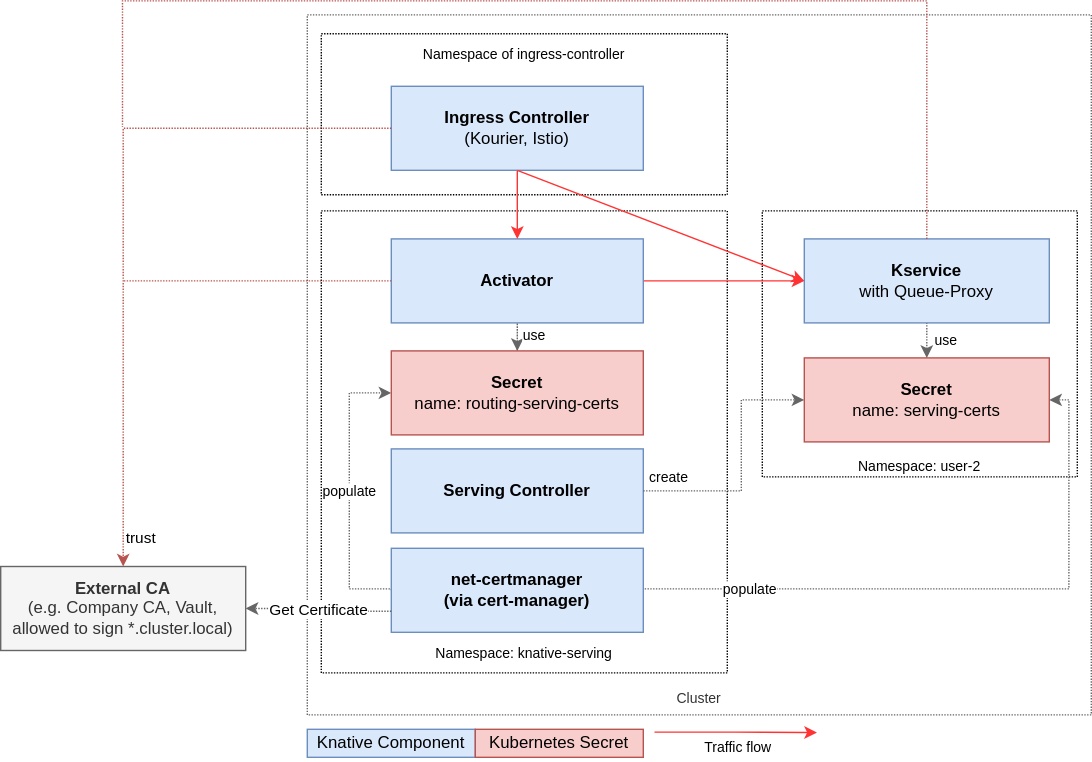
Above: modules/serverless/assets/images/serving-encryption/encryption-system-internal.drawio.svg in openshift-knative/docs (draw.io), before the change. Source tidied: cells renumbered, new cells last; positions are measured from the earlier drawing's top-left corner, leaving out a move shared by most shapes.
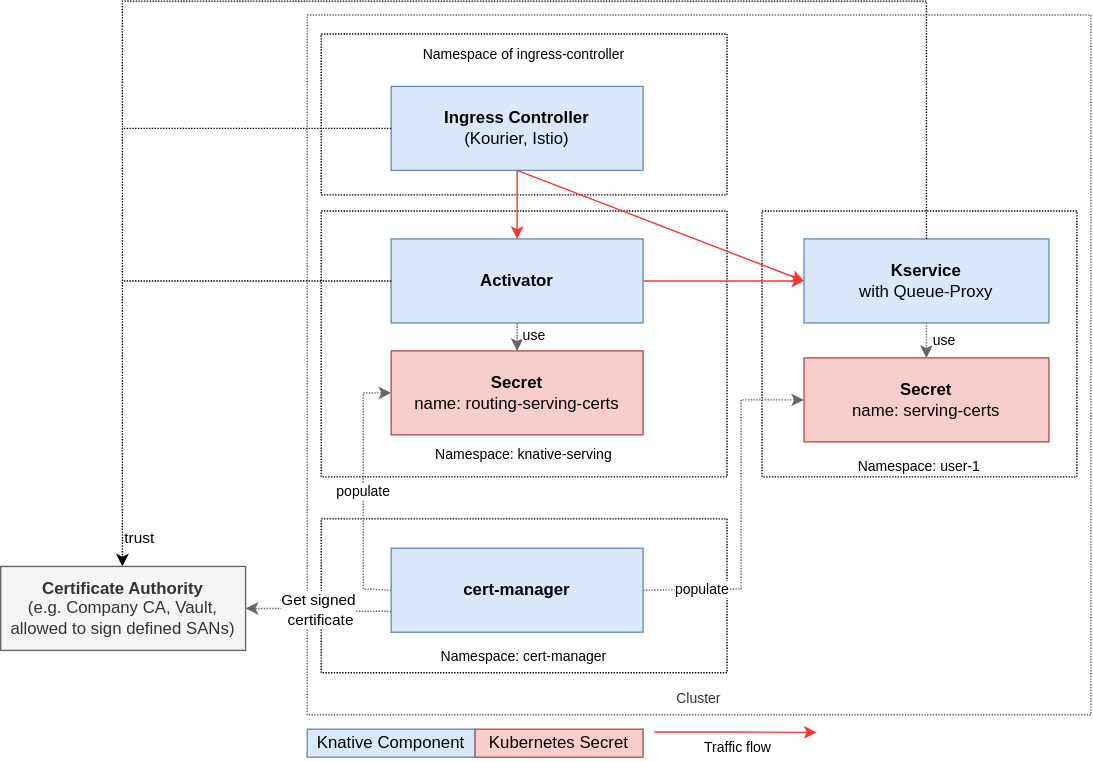
After the commit.

Commit message:
Refine serving tls docs

What changed in the source:
```diff
@@ -5,14 +5,17 @@
     <mxCell id="2" value="&lt;br&gt;&lt;br&gt;&lt;br&gt;&lt;br&gt;&lt;br&gt;&lt;br&gt;&lt;br&gt;&lt;br&gt;&lt;br&gt;&lt;br&gt;&lt;br&gt;&lt;br&gt;&lt;br&gt;&lt;br&gt;&lt;br&gt;&lt;br&gt;&lt;br&gt;&lt;br&gt;&lt;br&gt;&lt;br&gt;&lt;br&gt;&lt;br&gt;&lt;br&gt;&lt;br&gt;&lt;br&gt;&lt;br&gt;&lt;br&gt;&lt;br&gt;&lt;br&gt;&lt;br&gt;&lt;br&gt;&lt;br&gt;&lt;br&gt;&lt;font style=&quot;font-size: 10px;&quot;&gt;Cluster&lt;/font&gt;" style="rounded=0;whiteSpace=wrap;html=1;fillColor=none;fontColor=#333333;strokeColor=#666666;dashed=1;dashPattern=1 1;" parent="1" vertex="1">
       <mxGeometry x="219" y="10" width="560" height="500" as="geometry" />
     </mxCell>
+    <mxCell id="30" value="&lt;br&gt;&lt;br&gt;&lt;br&gt;&lt;br&gt;&lt;br&gt;&lt;br&gt;&lt;font style=&quot;font-size: 10px;&quot;&gt;Namespace: cert-manager&lt;/font&gt;" style="rounded=0;whiteSpace=wrap;html=1;fillColor=none;dashed=1;dashPattern=1 1;" parent="1" vertex="1">
+      <mxGeometry x="229" y="370" width="290" height="110" as="geometry" />
+    </mxCell>
     <mxCell id="3" value="&lt;font style=&quot;font-size: 10px;&quot;&gt;Namespace of ingress-controller&lt;br&gt;&lt;br&gt;&lt;br&gt;&lt;br&gt;&lt;br&gt;&lt;br&gt;&lt;br&gt;&lt;/font&gt;" style="rounded=0;whiteSpace=wrap;html=1;fillColor=none;dashed=1;dashPattern=1 1;" parent="1" vertex="1">
       <mxGeometry x="229" y="23.5" width="290" height="115" as="geometry" />
     </mxCell>
-    <mxCell id="4" value="&lt;br&gt;&lt;br&gt;&lt;br&gt;&lt;br&gt;&lt;br&gt;&lt;br&gt;&lt;br&gt;&lt;br&gt;&lt;br&gt;&lt;br&gt;&lt;br&gt;&lt;br&gt;&lt;font style=&quot;font-size: 10px;&quot;&gt;Namespace: user-2&lt;/font&gt;" style="rounded=0;whiteSpace=wrap;html=1;fillColor=none;dashed=1;dashPattern=1 1;" parent="1" vertex="1">
+    <mxCell id="4" value="&lt;br&gt;&lt;br&gt;&lt;br&gt;&lt;br&gt;&lt;br&gt;&lt;br&gt;&lt;br&gt;&lt;br&gt;&lt;br&gt;&lt;br&gt;&lt;br&gt;&lt;br&gt;&lt;font style=&quot;font-size: 10px;&quot;&gt;Namespace: user-1&lt;/font&gt;" style="rounded=0;whiteSpace=wrap;html=1;fillColor=none;dashed=1;dashPattern=1 1;" parent="1" vertex="1">
       <mxGeometry x="544" y="150" width="225" height="190" as="geometry" />
     </mxCell>
-    <mxCell id="5" value="&lt;br&gt;&lt;br&gt;&lt;br&gt;&lt;br&gt;&lt;br&gt;&lt;br&gt;&lt;br&gt;&lt;br&gt;&lt;br&gt;&lt;br&gt;&lt;br&gt;&lt;br&gt;&lt;br&gt;&lt;br&gt;&lt;br&gt;&lt;br&gt;&lt;br&gt;&lt;br&gt;&lt;br&gt;&lt;br&gt;&lt;br&gt;&lt;font style=&quot;font-size: 10px;&quot;&gt;Namespace: knative-serving&lt;/font&gt;" style="rounded=0;whiteSpace=wrap;html=1;fillColor=none;dashed=1;dashPattern=1 1;" parent="1" vertex="1">
-      <mxGeometry x="229" y="150" width="290" height="330" as="geometry" />
+    <mxCell id="5" value="&lt;br&gt;&lt;br&gt;&lt;br&gt;&lt;br&gt;&lt;br&gt;&lt;br&gt;&lt;br&gt;&lt;br&gt;&lt;br&gt;&lt;br&gt;&lt;br&gt;&lt;font style=&quot;font-size: 10px;&quot;&gt;Namespace: knative-serving&lt;/font&gt;" style="rounded=0;whiteSpace=wrap;html=1;fillColor=none;dashed=1;dashPattern=1 1;" parent="1" vertex="1">
+      <mxGeometry x="229" y="150" width="290" height="190" as="geometry" />
     </mxCell>
     <mxCell id="6" style="edgeStyle=orthogonalEdgeStyle;rounded=0;jettySize=auto;html=1;entryX=0;entryY=0.5;entryDx=0;entryDy=0;strokeColor=#FF3333;" parent="1" edge="1" source="7" target="8">
       <mxGeometry relative="1" as="geometry" />
@@ -35,14 +38,12 @@
     <mxCell id="12" value="populate" style="edgeStyle=orthogonalEdgeStyle;rounded=0;jettySize=auto;html=1;entryX=0;entryY=0.5;entryDx=0;entryDy=0;fontSize=10;fillColor=#f5f5f5;strokeColor=#666666;dashed=1;dashPattern=1 1;exitX=0;exitY=0.5;exitDx=0;exitDy=0;" parent="1" edge="1" source="27" target="16">
       <mxGeometry relative="1" as="geometry">
         <Array as="points">
-          <mxPoint x="249" y="420" />
-          <mxPoint x="249" y="280" />
+          <mxPoint x="279" y="420" />
+          <mxPoint x="259" y="420" />
+          <mxPoint x="259" y="280" />
         </Array>
       </mxGeometry>
     </mxCell>
-    <mxCell id="13" value="Serving Controller" style="rounded=0;whiteSpace=wrap;html=1;fillColor=#dae8fc;strokeColor=#6c8ebf;fontStyle=1;" parent="1" vertex="1">
-      <mxGeometry x="279" y="320" width="180" height="60" as="geometry" />
-    </mxCell>
     <mxCell id="14" value="&lt;b&gt;Secret&lt;/b&gt;&lt;br&gt;name: serving-certs" style="rounded=0;whiteSpace=wrap;html=1;fillColor=#f8cecc;strokeColor=#b85450;" parent="1" vertex="1">
       <mxGeometry x="574" y="255" width="175" height="60" as="geometry" />
     </mxCell>
@@ -52,22 +53,14 @@
     <mxCell id="16" value="&lt;b&gt;Secret&lt;/b&gt;&lt;br&gt;name: routing-serving-certs" style="rounded=0;whiteSpace=wrap;html=1;fillColor=#f8cecc;strokeColor=#b85450;" parent="1" vertex="1">
       <mxGeometry x="279" y="250" width="180" height="60" as="geometry" />
     </mxCell>
-    <mxCell id="17" value="populate" style="edgeStyle=orthogonalEdgeStyle;rounded=0;jettySize=auto;html=1;entryX=1;entryY=0.5;entryDx=0;entryDy=0;dashed=1;dashPattern=1 1;fontSize=10;startArrow=none;startFill=0;fillColor=#f5f5f5;strokeColor=#666666;exitX=1;exitY=0.5;exitDx=0;exitDy=0;" parent="1" edge="1" source="27" target="14">
+    <mxCell id="17" value="populate" style="edgeStyle=orthogonalEdgeStyle;rounded=0;jettySize=auto;html=1;entryX=0;entryY=0.5;entryDx=0;entryDy=0;dashed=1;dashPattern=1 1;fontSize=10;startArrow=none;startFill=0;fillColor=#f5f5f5;strokeColor=#666666;exitX=1;exitY=0.5;exitDx=0;exitDy=0;" parent="1" edge="1" source="27" target="14">
       <mxGeometry x="-0.66" relative="1" as="geometry">
         <Array as="points">
-          <mxPoint x="763" y="420" />
-          <mxPoint x="763" y="285" />
+          <mxPoint x="529" y="420" />
+          <mxPoint x="529" y="285" />
         </Array>
       </mxGeometry>
     </mxCell>
-    <mxCell id="18" value="create" style="edgeStyle=orthogonalEdgeStyle;rounded=0;jettySize=auto;html=1;entryX=0;entryY=0.5;entryDx=0;entryDy=0;dashed=1;dashPattern=1 1;fontSize=10;startArrow=none;startFill=0;fillColor=#f5f5f5;strokeColor=#666666;exitX=1;exitY=0.5;exitDx=0;exitDy=0;" parent="1" edge="1" source="13" target="14">
-      <mxGeometry x="-0.79" y="10" relative="1" as="geometry">
-        <Array as="points">
-          <mxPoint x="529" y="350" />
-          <mxPoint x="529" y="285" />
-        </Array>
-      </mxGeometry>
-    </mxCell>
     <mxCell id="19" value="use" style="edgeStyle=orthogonalEdgeStyle;rounded=0;jettySize=auto;html=1;entryX=0.5;entryY=1;entryDx=0;entryDy=0;dashed=1;dashPattern=1 1;fontSize=10;startArrow=classic;startFill=1;fillColor=#f5f5f5;strokeColor=#666666;exitX=0.5;exitY=0;exitDx=0;exitDy=0;endArrow=none;endFill=0;" parent="1" edge="1" source="14" target="8">
       <mxGeometry x="0.04" y="-13" relative="1" as="geometry">
         <Array as="points">
@@ -76,7 +69,7 @@
         </Array>
       </mxGeometry>
     </mxCell>
-    <mxCell id="20" value="trust" style="edgeStyle=orthogonalEdgeStyle;rounded=0;jettySize=auto;html=1;startArrow=none;startFill=0;dashed=1;dashPattern=1 1;fillColor=#f8cecc;strokeColor=#b85450;exitX=0;exitY=0.5;exitDx=0;exitDy=0;entryX=0.5;entryY=0;entryDx=0;entryDy=0;" parent="1" edge="1" source="10" target="28">
+    <mxCell id="20" value="trust" style="edgeStyle=orthogonalEdgeStyle;rounded=0;jettySize=auto;html=1;startArrow=none;startFill=0;dashed=1;dashPattern=1 1;fillColor=#f8cecc;strokeColor=#000000;exitX=0;exitY=0.5;exitDx=0;exitDy=0;entryX=0.5;entryY=0;entryDx=0;entryDy=0;" parent="1" edge="1" source="10" target="28">
       <mxGeometry x="0.92" y="12" relative="1" as="geometry">
         <Array as="points">
           <mxPoint x="87" y="91" />
@@ -84,7 +77,7 @@
         </Array>
       </mxGeometry>
     </mxCell>
-    <mxCell id="21" style="edgeStyle=orthogonalEdgeStyle;rounded=0;jettySize=auto;html=1;startArrow=none;startFill=0;dashed=1;dashPattern=1 1;fillColor=#f8cecc;strokeColor=#b85450;exitX=0;exitY=0.5;exitDx=0;exitDy=0;endArrow=none;endFill=0;" parent="1" edge="1" source="7">
+    <mxCell id="21" style="edgeStyle=orthogonalEdgeStyle;rounded=0;jettySize=auto;html=1;startArrow=none;startFill=0;dashed=1;dashPattern=1 1;fillColor=#f8cecc;strokeColor=#000000;exitX=0;exitY=0.5;exitDx=0;exitDy=0;endArrow=none;endFill=0;" parent="1" edge="1" source="7">
       <mxGeometry relative="1" as="geometry">
         <mxPoint x="87" y="200" as="targetPoint" />
         <Array as="points">
@@ -92,7 +85,7 @@
         </Array>
       </mxGeometry>
     </mxCell>
-    <mxCell id="22" style="edgeStyle=orthogonalEdgeStyle;rounded=0;jettySize=auto;html=1;startArrow=none;startFill=0;dashed=1;dashPattern=1 1;fillColor=#f8cecc;strokeColor=#b85450;endArrow=none;endFill=0;" parent="1" edge="1" source="8">
+    <mxCell id="22" style="edgeStyle=orthogonalEdgeStyle;rounded=0;jettySize=auto;html=1;startArrow=none;startFill=0;dashed=1;dashPattern=1 1;fillColor=#f8cecc;strokeColor=#000000;endArrow=none;endFill=0;" parent="1" edge="1" source="8">
       <mxGeometry relative="1" as="geometry">
         <mxPoint x="87" y="78" as="targetPoint" />
         <Array as="points">
@@ -121,13 +114,13 @@
         </Array>
       </mxGeometry>
     </mxCell>
-    <mxCell id="27" value="&lt;b&gt;net-certmanager&lt;br&gt;(via cert-manager)&lt;br&gt;&lt;/b&gt;" style="rounded=0;whiteSpace=wrap;html=1;fillColor=#dae8fc;strokeColor=#6c8ebf;fontStyle=1;" parent="1" vertex="1">
+    <mxCell id="27" value="&lt;b&gt;cert-manager&lt;br&gt;&lt;/b&gt;" style="rounded=0;whiteSpace=wrap;html=1;fillColor=#dae8fc;strokeColor=#6c8ebf;fontStyle=1;" parent="1" vertex="1">
       <mxGeometry x="279" y="391" width="180" height="60" as="geometry" />
     </mxCell>
-    <mxCell id="28" value="&lt;b&gt;External CA&lt;br&gt;&lt;/b&gt;(e.g. Company CA, Vault, allowed to sign *.cluster.local)" style="rounded=0;whiteSpace=wrap;html=1;fillColor=#f5f5f5;strokeColor=#666666;fontColor=#333333;" parent="1" vertex="1">
+    <mxCell id="28" value="&lt;b&gt;Certificate Authority&lt;br&gt;&lt;/b&gt;(e.g. Company CA, Vault, allowed to sign defined SANs)" style="rounded=0;whiteSpace=wrap;html=1;fillColor=#f5f5f5;strokeColor=#666666;fontColor=#333333;" parent="1" vertex="1">
       <mxGeometry y="404" width="175" height="60" as="geometry" />
     </mxCell>
-    <mxCell id="29" value="Get Certificate" style="edgeStyle=orthogonalEdgeStyle;rounded=0;jettySize=auto;html=1;entryX=1;entryY=0.5;entryDx=0;entryDy=0;startArrow=none;startFill=0;fillColor=#f5f5f5;strokeColor=#666666;dashed=1;dashPattern=1 1;exitX=0;exitY=0.75;exitDx=0;exitDy=0;" parent="1" edge="1" source="27" target="28">
+    <mxCell id="29" value="Get signed&lt;br&gt;&amp;nbsp;certificate" style="edgeStyle=orthogonalEdgeStyle;rounded=0;jettySize=auto;html=1;entryX=1;entryY=0.5;entryDx=0;entryDy=0;startArrow=none;startFill=0;fillColor=#f5f5f5;strokeColor=#666666;dashed=1;dashPattern=1 1;exitX=0;exitY=0.75;exitDx=0;exitDy=0;" parent="1" edge="1" source="27" target="28">
       <mxGeometry relative="1" as="geometry" />
     </mxCell>
   </root>
```
